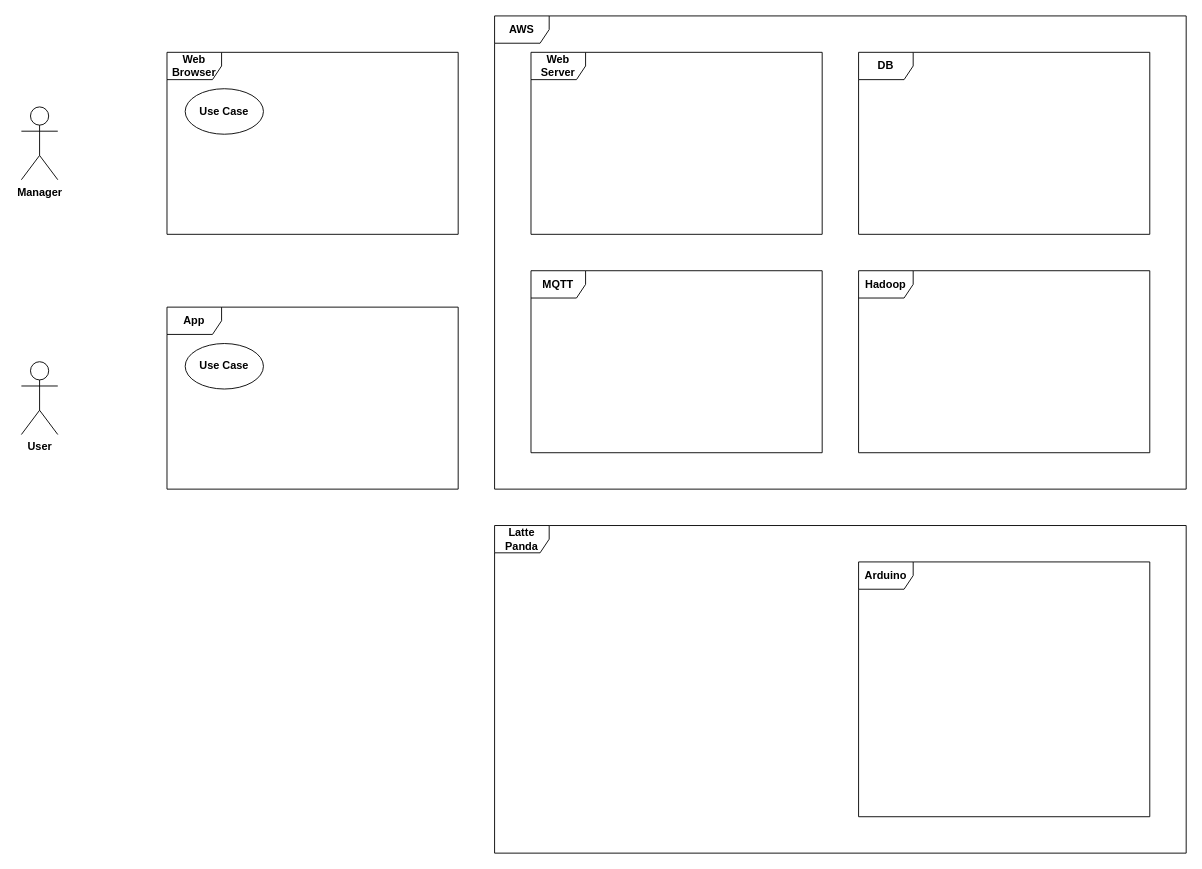
Before: page "System" (3 of 3) of docs/Diagram.drawio in 4rangKim/FinalProject, a draw.io diagram. Source tidied: cells renumbered, new cells numbered last; positions are measured from the earlier drawing's top-left corner, leaving out a move shared by most shapes. Both pictures are drawn from the tidied source at 91%, with x=0, y=0 at pixel (21, 15).
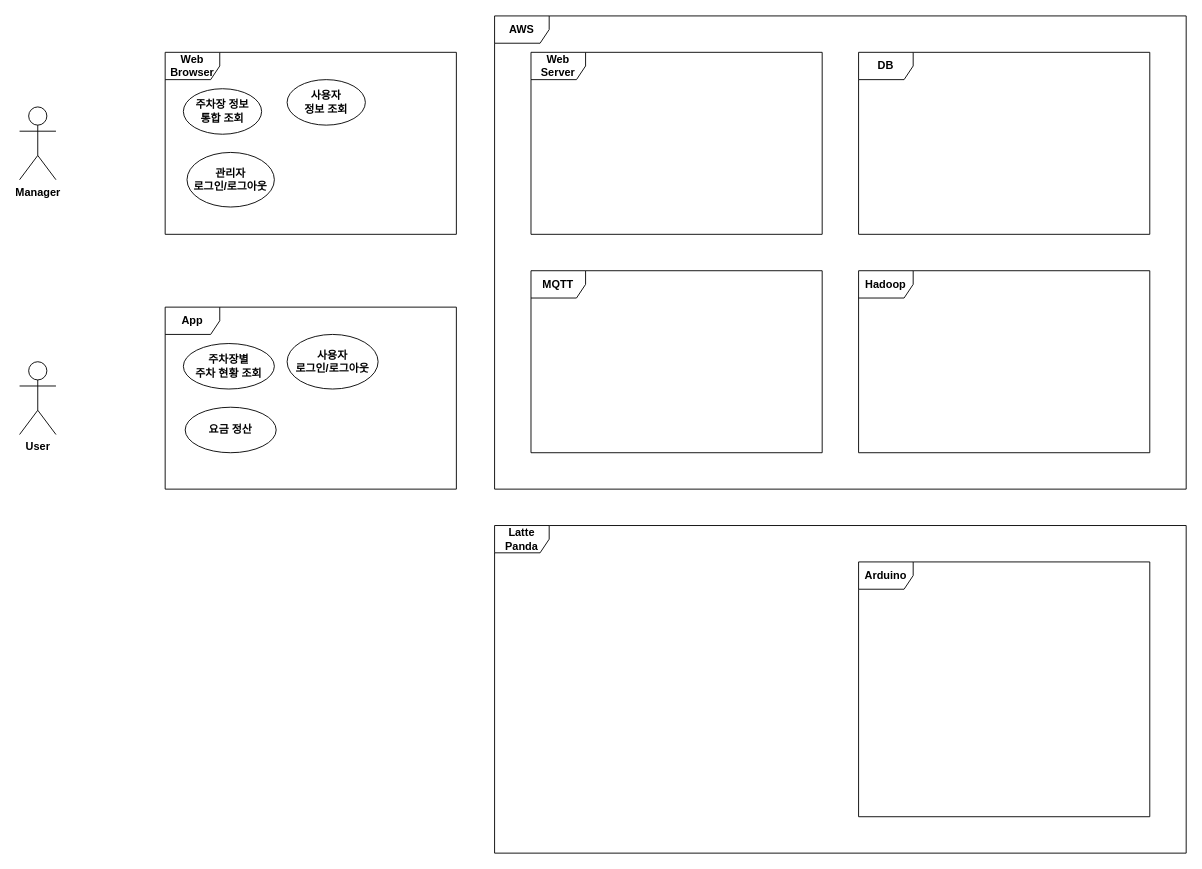
After the change.

Change to the diagram source:
```diff
@@
 <mxGraphModel>
   <root>
     <mxCell id="0" />
     <mxCell id="1" parent="0" />
     <mxCell id="2" value="&lt;b&gt;User&lt;/b&gt;" style="shape=umlActor;verticalLabelPosition=bottom;verticalAlign=top;html=1;" parent="1" vertex="1">
-      <mxGeometry y="380" width="40" height="80" as="geometry" />
+      <mxGeometry x="-2" y="380" width="40" height="80" as="geometry" />
     </mxCell>
     <mxCell id="3" value="&lt;b&gt;Manager&lt;/b&gt;" style="shape=umlActor;verticalLabelPosition=bottom;verticalAlign=top;html=1;" parent="1" vertex="1">
-      <mxGeometry y="100" width="40" height="80" as="geometry" />
+      <mxGeometry x="-2" y="100" width="40" height="80" as="geometry" />
     </mxCell>
     <mxCell id="4" value="&lt;b&gt;AWS&lt;/b&gt;" style="shape=umlFrame;whiteSpace=wrap;html=1;" parent="1" vertex="1">
       <mxGeometry x="520" width="760" height="520" as="geometry" />
     </mxCell>
     <mxCell id="5" value="&lt;b&gt;Web Server&lt;/b&gt;" style="shape=umlFrame;whiteSpace=wrap;html=1;" parent="1" vertex="1">
       <mxGeometry x="560" y="40" width="320" height="200" as="geometry" />
     </mxCell>
     <mxCell id="6" value="&lt;b&gt;MQTT&lt;/b&gt;" style="shape=umlFrame;whiteSpace=wrap;html=1;" parent="1" vertex="1">
       <mxGeometry x="560" y="280" width="320" height="200" as="geometry" />
     </mxCell>
     <mxCell id="7" value="&lt;b&gt;DB&lt;/b&gt;" style="shape=umlFrame;whiteSpace=wrap;html=1;" parent="1" vertex="1">
       <mxGeometry x="920" y="40" width="320" height="200" as="geometry" />
     </mxCell>
     <mxCell id="8" value="&lt;b&gt;Hadoop&lt;/b&gt;" style="shape=umlFrame;whiteSpace=wrap;html=1;" parent="1" vertex="1">
       <mxGeometry x="920" y="280" width="320" height="200" as="geometry" />
     </mxCell>
     <mxCell id="9" value="&lt;b&gt;Web&lt;br&gt;Browser&lt;/b&gt;" style="shape=umlFrame;whiteSpace=wrap;html=1;" parent="1" vertex="1">
-      <mxGeometry x="160" y="40" width="320" height="200" as="geometry" />
+      <mxGeometry x="158" y="40" width="320" height="200" as="geometry" />
     </mxCell>
-    <mxCell id="10" value="&lt;b&gt;Use Case&lt;/b&gt;" style="ellipse;whiteSpace=wrap;html=1;" parent="1" vertex="1">
-      <mxGeometry x="180" y="80" width="86" height="50" as="geometry" />
+    <mxCell id="10" value="&lt;b&gt;주차장 정보 &lt;br&gt;통합 조회&lt;/b&gt;" style="ellipse;whiteSpace=wrap;html=1;" parent="1" vertex="1">
+      <mxGeometry x="178" y="80" width="86" height="50" as="geometry" />
     </mxCell>
     <mxCell id="11" value="&lt;b&gt;App&lt;/b&gt;" style="shape=umlFrame;whiteSpace=wrap;html=1;" parent="1" vertex="1">
-      <mxGeometry x="160" y="320" width="320" height="200" as="geometry" />
+      <mxGeometry x="158" y="320" width="320" height="200" as="geometry" />
     </mxCell>
-    <mxCell id="12" value="&lt;b&gt;Use Case&lt;/b&gt;" style="ellipse;whiteSpace=wrap;html=1;" parent="1" vertex="1">
-      <mxGeometry x="180" y="360" width="86" height="50" as="geometry" />
+    <mxCell id="12" value="&lt;b&gt;주차장별&lt;br&gt;주차 현황 조회&lt;/b&gt;" style="ellipse;whiteSpace=wrap;html=1;" parent="1" vertex="1">
+      <mxGeometry x="178" y="360" width="100" height="50" as="geometry" />
     </mxCell>
     <mxCell id="13" value="&lt;b&gt;Latte Panda&lt;/b&gt;" style="shape=umlFrame;whiteSpace=wrap;html=1;" parent="1" vertex="1">
       <mxGeometry x="520" y="560" width="760" height="360" as="geometry" />
     </mxCell>
     <mxCell id="14" value="&lt;b&gt;Arduino&lt;/b&gt;" style="shape=umlFrame;whiteSpace=wrap;html=1;" parent="1" vertex="1">
       <mxGeometry x="920" y="600" width="320" height="280" as="geometry" />
     </mxCell>
+    <mxCell id="15" value="&lt;b&gt;사용자 &lt;br&gt;정보 조회&lt;/b&gt;" style="ellipse;whiteSpace=wrap;html=1;" parent="1" vertex="1">
+      <mxGeometry x="292" y="70" width="86" height="50" as="geometry" />
+    </mxCell>
+    <mxCell id="16" value="&lt;b&gt;사용자&lt;br&gt;로그인/로그아웃&lt;/b&gt;" style="ellipse;whiteSpace=wrap;html=1;" parent="1" vertex="1">
+      <mxGeometry x="292" y="350" width="100" height="60" as="geometry" />
+    </mxCell>
+    <mxCell id="17" value="&lt;b&gt;관리자&lt;br&gt;로그인/로그아웃&lt;br&gt;&lt;/b&gt;" style="ellipse;whiteSpace=wrap;html=1;" parent="1" vertex="1">
+      <mxGeometry x="182" y="150" width="96" height="60" as="geometry" />
+    </mxCell>
+    <mxCell id="18" value="&lt;b&gt;요금 정산&lt;br&gt;&lt;/b&gt;" style="ellipse;whiteSpace=wrap;html=1;" parent="1" vertex="1">
+      <mxGeometry x="180" y="430" width="100" height="50" as="geometry" />
+    </mxCell>
   </root>
 </mxGraphModel>
```
